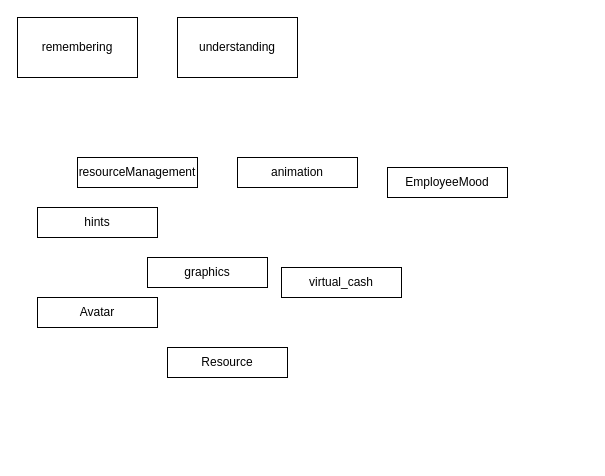
Before: page "CYBERC" (11 of 11) of TheModel.drawio in Kibolabs/Diagrams, a draw.io diagram. Source tidied: cells renumbered, new cells numbered last; positions are measured from the earlier drawing's top-left corner, leaving out a move shared by most shapes. Both pictures are drawn from the tidied source at 100%, with x=0, y=0 at pixel (17, 17).
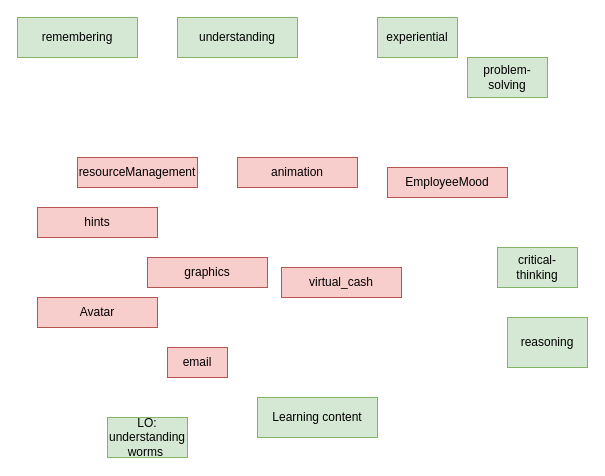
Above is the later version.

The edit, as a diff of the source:
```diff
@@
 <mxGraphModel>
   <root>
     <mxCell id="0" />
     <mxCell id="1" parent="0" />
-    <mxCell id="2" value="remembering" style="rounded=0;whiteSpace=wrap;html=1;" parent="1" vertex="1">
-      <mxGeometry width="120" height="60" as="geometry" />
+    <mxCell id="2" value="remembering" style="rounded=0;whiteSpace=wrap;html=1;fillColor=#d5e8d4;strokeColor=#82b366;" parent="1" vertex="1">
+      <mxGeometry width="120" height="40" as="geometry" />
     </mxCell>
-    <mxCell id="3" value="understanding" style="rounded=0;whiteSpace=wrap;html=1;" parent="1" vertex="1">
-      <mxGeometry x="160" width="120" height="60" as="geometry" />
+    <mxCell id="3" value="understanding" style="rounded=0;whiteSpace=wrap;html=1;fillColor=#d5e8d4;strokeColor=#82b366;" parent="1" vertex="1">
+      <mxGeometry x="160" width="120" height="40" as="geometry" />
     </mxCell>
-    <mxCell id="4" value="resourceManagement" style="rounded=0;whiteSpace=wrap;html=1;" parent="1" vertex="1">
+    <mxCell id="4" value="resourceManagement" style="rounded=0;whiteSpace=wrap;html=1;fillColor=#f8cecc;strokeColor=#b85450;" parent="1" vertex="1">
       <mxGeometry x="60" y="140" width="120" height="30" as="geometry" />
     </mxCell>
-    <mxCell id="5" value="animation" style="rounded=0;whiteSpace=wrap;html=1;" parent="1" vertex="1">
+    <mxCell id="5" value="animation" style="rounded=0;whiteSpace=wrap;html=1;fillColor=#f8cecc;strokeColor=#b85450;" parent="1" vertex="1">
       <mxGeometry x="220" y="140" width="120" height="30" as="geometry" />
     </mxCell>
-    <mxCell id="6" value="graphics" style="rounded=0;whiteSpace=wrap;html=1;" parent="1" vertex="1">
+    <mxCell id="6" value="graphics" style="rounded=0;whiteSpace=wrap;html=1;fillColor=#f8cecc;strokeColor=#b85450;" parent="1" vertex="1">
       <mxGeometry x="130" y="240" width="120" height="30" as="geometry" />
     </mxCell>
-    <mxCell id="7" value="virtual_cash" style="rounded=0;whiteSpace=wrap;html=1;" parent="1" vertex="1">
+    <mxCell id="7" value="virtual_cash" style="rounded=0;whiteSpace=wrap;html=1;fillColor=#f8cecc;strokeColor=#b85450;" parent="1" vertex="1">
       <mxGeometry x="264" y="250" width="120" height="30" as="geometry" />
     </mxCell>
-    <mxCell id="8" value="EmployeeMood" style="rounded=0;whiteSpace=wrap;html=1;" parent="1" vertex="1">
+    <mxCell id="8" value="EmployeeMood" style="rounded=0;whiteSpace=wrap;html=1;fillColor=#f8cecc;strokeColor=#b85450;" parent="1" vertex="1">
       <mxGeometry x="370" y="150" width="120" height="30" as="geometry" />
     </mxCell>
-    <mxCell id="9" value="hints" style="rounded=0;whiteSpace=wrap;html=1;" parent="1" vertex="1">
+    <mxCell id="9" value="hints" style="rounded=0;whiteSpace=wrap;html=1;fillColor=#f8cecc;strokeColor=#b85450;" parent="1" vertex="1">
       <mxGeometry x="20" y="190" width="120" height="30" as="geometry" />
     </mxCell>
-    <mxCell id="10" value="Avatar" style="rounded=0;whiteSpace=wrap;html=1;" parent="1" vertex="1">
+    <mxCell id="10" value="Avatar" style="rounded=0;whiteSpace=wrap;html=1;fillColor=#f8cecc;strokeColor=#b85450;" parent="1" vertex="1">
       <mxGeometry x="20" y="280" width="120" height="30" as="geometry" />
     </mxCell>
-    <mxCell id="11" value="Resource" style="rounded=0;whiteSpace=wrap;html=1;" parent="1" vertex="1">
-      <mxGeometry x="150" y="330" width="120" height="30" as="geometry" />
+    <mxCell id="11" value="email" style="rounded=0;whiteSpace=wrap;html=1;fillColor=#f8cecc;strokeColor=#b85450;" parent="1" vertex="1">
+      <mxGeometry x="150" y="330" width="60" height="30" as="geometry" />
     </mxCell>
+    <mxCell id="12" value="experiential" style="rounded=0;whiteSpace=wrap;html=1;fillColor=#d5e8d4;strokeColor=#82b366;" parent="1" vertex="1">
+      <mxGeometry x="360" width="80" height="40" as="geometry" />
+    </mxCell>
+    <mxCell id="13" value="problem-solving" style="rounded=0;whiteSpace=wrap;html=1;fillColor=#d5e8d4;strokeColor=#82b366;" parent="1" vertex="1">
+      <mxGeometry x="450" y="40" width="80" height="40" as="geometry" />
+    </mxCell>
+    <mxCell id="14" value="critical-thinking" style="rounded=0;whiteSpace=wrap;html=1;fillColor=#d5e8d4;strokeColor=#82b366;" parent="1" vertex="1">
+      <mxGeometry x="480" y="230" width="80" height="40" as="geometry" />
+    </mxCell>
+    <mxCell id="15" value="reasoning" style="rounded=0;whiteSpace=wrap;html=1;fillColor=#d5e8d4;strokeColor=#82b366;" parent="1" vertex="1">
+      <mxGeometry x="490" y="300" width="80" height="50" as="geometry" />
+    </mxCell>
+    <mxCell id="16" value="Learning content" style="rounded=0;whiteSpace=wrap;html=1;fillColor=#d5e8d4;strokeColor=#82b366;" parent="1" vertex="1">
+      <mxGeometry x="240" y="380" width="120" height="40" as="geometry" />
+    </mxCell>
+    <mxCell id="17" value="LO: understanding worms&amp;nbsp;" style="rounded=0;whiteSpace=wrap;html=1;fillColor=#d5e8d4;strokeColor=#82b366;" parent="1" vertex="1">
+      <mxGeometry x="90" y="400" width="80" height="40" as="geometry" />
+    </mxCell>
   </root>
 </mxGraphModel>
```
